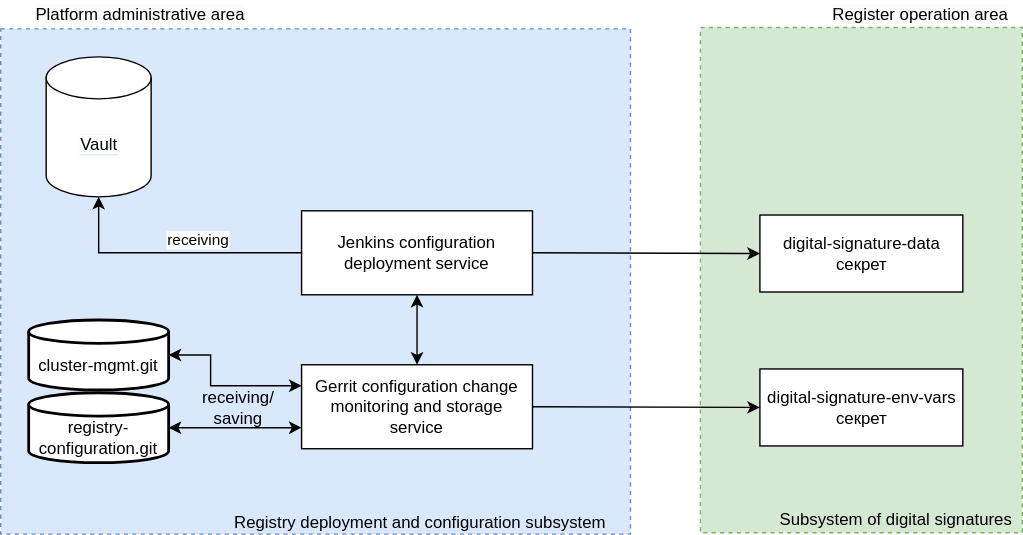
Earlier version of the draw.io export docs/en/modules/arch/images/architecture/platform/administrative/config-management/keys-update-config.svg (epam/edp-ddm-architecture). Source tidied: cells renumbered, new cells last; positions are measured from the earlier drawing's top-left corner, leaving out a move shared by most shapes.
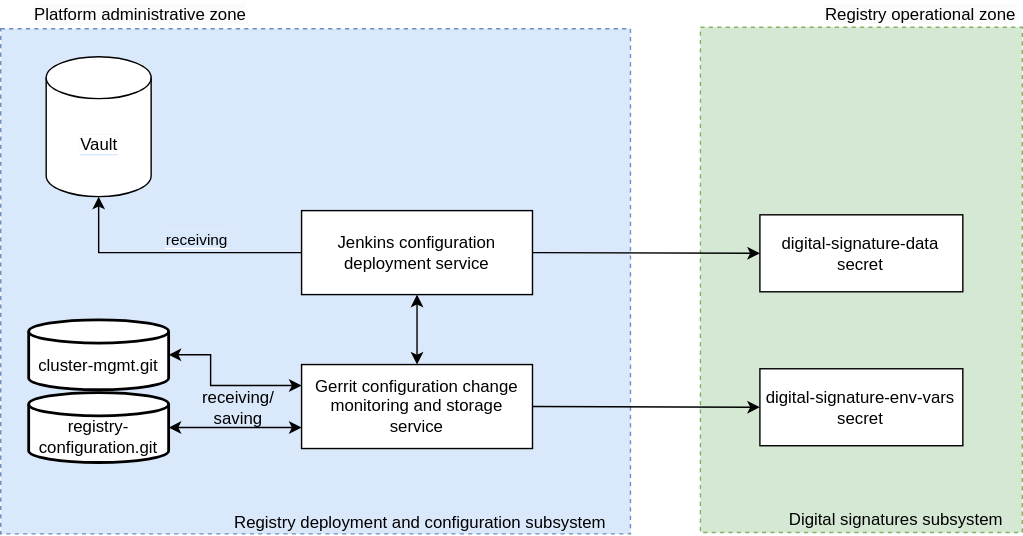
The same file after the commit.

Commit message:
[EDP-DDM-27642] Corrected keys-update-config and keys-update-subsystem svg

What changed in the source:
```diff
@@ -26,10 +26,10 @@
     <mxCell id="9" value="Jenkins configuration deployment service" style="rounded=0;whiteSpace=wrap;html=1;" parent="1" vertex="1">
       <mxGeometry x="215" y="150" width="165" height="60" as="geometry" />
     </mxCell>
-    <mxCell id="10" value="&lt;span style=&quot;color: rgb(0, 0, 0); font-family: Helvetica; font-size: 12px; font-style: normal; font-variant-ligatures: normal; font-variant-caps: normal; font-weight: 400; letter-spacing: normal; orphans: 2; text-align: center; text-indent: 0px; text-transform: none; widows: 2; word-spacing: 0px; -webkit-text-stroke-width: 0px; background-color: rgb(251, 251, 251); text-decoration-thickness: initial; text-decoration-style: initial; text-decoration-color: initial; float: none; display: inline !important;&quot;&gt;Platform administrative area&lt;/span&gt;" style="text;html=1;strokeColor=none;fillColor=none;align=center;verticalAlign=middle;whiteSpace=wrap;rounded=0;" parent="1" vertex="1">
+    <mxCell id="10" value="&lt;span style=&quot;color: rgb(0, 0, 0); font-family: Helvetica; font-size: 12px; font-style: normal; font-variant-ligatures: normal; font-variant-caps: normal; font-weight: 400; letter-spacing: normal; orphans: 2; text-align: center; text-indent: 0px; text-transform: none; widows: 2; word-spacing: 0px; -webkit-text-stroke-width: 0px; background-color: rgb(251, 251, 251); text-decoration-thickness: initial; text-decoration-style: initial; text-decoration-color: initial; float: none; display: inline !important;&quot;&gt;Platform administrative zone&lt;/span&gt;" style="text;html=1;strokeColor=none;fillColor=none;align=center;verticalAlign=middle;whiteSpace=wrap;rounded=0;" parent="1" vertex="1">
       <mxGeometry width="200" height="19" as="geometry" />
     </mxCell>
-    <mxCell id="11" value="&lt;span style=&quot;color: rgb(0, 0, 0); font-family: Helvetica; font-size: 12px; font-style: normal; font-variant-ligatures: normal; font-variant-caps: normal; font-weight: 400; letter-spacing: normal; orphans: 2; text-align: center; text-indent: 0px; text-transform: none; widows: 2; word-spacing: 0px; -webkit-text-stroke-width: 0px; background-color: rgb(251, 251, 251); text-decoration-thickness: initial; text-decoration-style: initial; text-decoration-color: initial; float: none; display: inline !important;&quot;&gt;Register operation area&lt;/span&gt;" style="text;html=1;strokeColor=none;fillColor=none;align=center;verticalAlign=middle;whiteSpace=wrap;rounded=0;" parent="1" vertex="1">
+    <mxCell id="11" value="&lt;span style=&quot;color: rgb(0, 0, 0); font-family: Helvetica; font-size: 12px; font-style: normal; font-variant-ligatures: normal; font-variant-caps: normal; font-weight: 400; letter-spacing: normal; orphans: 2; text-align: center; text-indent: 0px; text-transform: none; widows: 2; word-spacing: 0px; -webkit-text-stroke-width: 0px; background-color: rgb(251, 251, 251); text-decoration-thickness: initial; text-decoration-style: initial; text-decoration-color: initial; float: none; display: inline !important;&quot;&gt;Registry operational zone&lt;/span&gt;" style="text;html=1;strokeColor=none;fillColor=none;align=center;verticalAlign=middle;whiteSpace=wrap;rounded=0;" parent="1" vertex="1">
       <mxGeometry x="585" width="145" height="19" as="geometry" />
     </mxCell>
     <mxCell id="12" value="&lt;span style=&quot;background-color: rgb(255, 255, 255);&quot;&gt;Vault&lt;/span&gt;" style="shape=cylinder3;whiteSpace=wrap;html=1;boundedLbl=1;backgroundOutline=1;size=15;labelBackgroundColor=#DAE8FC;" parent="1" vertex="1">
@@ -47,13 +47,13 @@
         <mxPoint x="34" y="-10" as="offset" />
       </mxGeometry>
     </mxCell>
-    <mxCell id="15" value="Subsystem of digital signatures" style="text;html=1;strokeColor=none;fillColor=none;align=center;verticalAlign=middle;whiteSpace=wrap;rounded=0;" parent="1" vertex="1">
+    <mxCell id="15" value="Digital signatures subsystem" style="text;html=1;strokeColor=none;fillColor=none;align=center;verticalAlign=middle;whiteSpace=wrap;rounded=0;" parent="1" vertex="1">
       <mxGeometry x="550" y="361" width="180" height="19" as="geometry" />
     </mxCell>
-    <mxCell id="16" value="digital-signature-data&lt;br&gt;секрет" style="rounded=0;whiteSpace=wrap;html=1;" parent="1" vertex="1">
+    <mxCell id="16" value="digital-signature-data&lt;br&gt;secret" style="rounded=0;whiteSpace=wrap;html=1;" parent="1" vertex="1">
       <mxGeometry x="542.5" y="153" width="145" height="55" as="geometry" />
     </mxCell>
-    <mxCell id="17" value="digital-signature-env-vars&lt;br&gt;секрет" style="rounded=0;whiteSpace=wrap;html=1;" parent="1" vertex="1">
+    <mxCell id="17" value="digital-signature-env-vars&lt;br&gt;secret" style="rounded=0;whiteSpace=wrap;html=1;" parent="1" vertex="1">
       <mxGeometry x="542.5" y="263" width="145" height="55" as="geometry" />
     </mxCell>
     <mxCell id="18" style="endArrow=classic;html=1;rounded=0;entryX=0;entryY=0.5;entryDx=0;entryDy=0;exitX=1;exitY=0.5;exitDx=0;exitDy=0;" parent="1" edge="1" source="9" target="16">
@@ -76,5 +76,8 @@
     <mxCell id="22" style="endArrow=classic;startArrow=classic;html=1;rounded=0;entryX=0.5;entryY=1;entryDx=0;entryDy=0;exitX=0.5;exitY=0;exitDx=0;exitDy=0;" parent="1" edge="1" source="7" target="9">
       <mxGeometry relative="1" as="geometry" />
     </mxCell>
+    <mxCell id="23" value="&lt;span style=&quot;background-color: rgb(218, 232, 252);&quot;&gt;receiving&lt;/span&gt;" style="edgeLabel;html=1;align=center;verticalAlign=middle;" parent="1" vertex="1">
+      <mxGeometry x="139.8" y="170" as="geometry" />
+    </mxCell>
   </root>
 </mxGraphModel>
```
